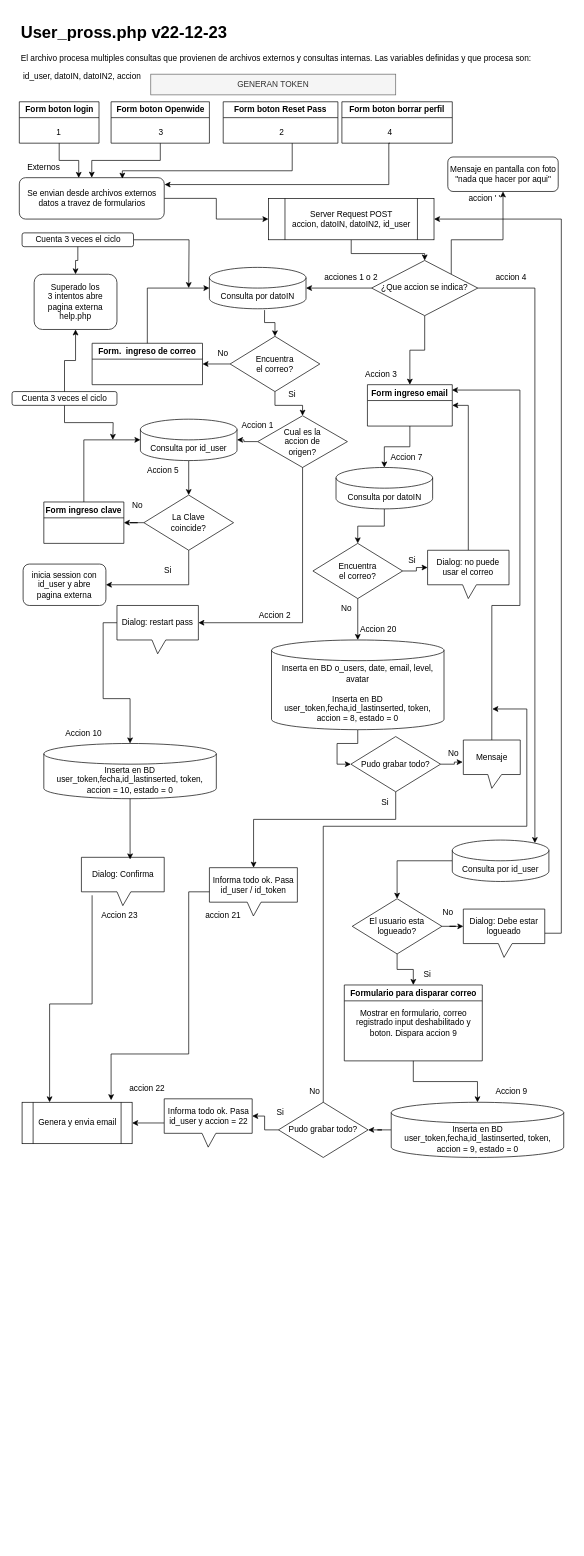
MaxiFranz/TrayectoP keeps this draw.io diagram as user_prossphp.drawio. Above is the earlier version. Source tidied: cells renumbered, new cells numbered last; positions are measured from the earlier drawing's top-left corner, leaving out a move shared by most shapes. Both pictures are drawn from the tidied source at 69%, with x=0, y=0 at pixel (12, 19).
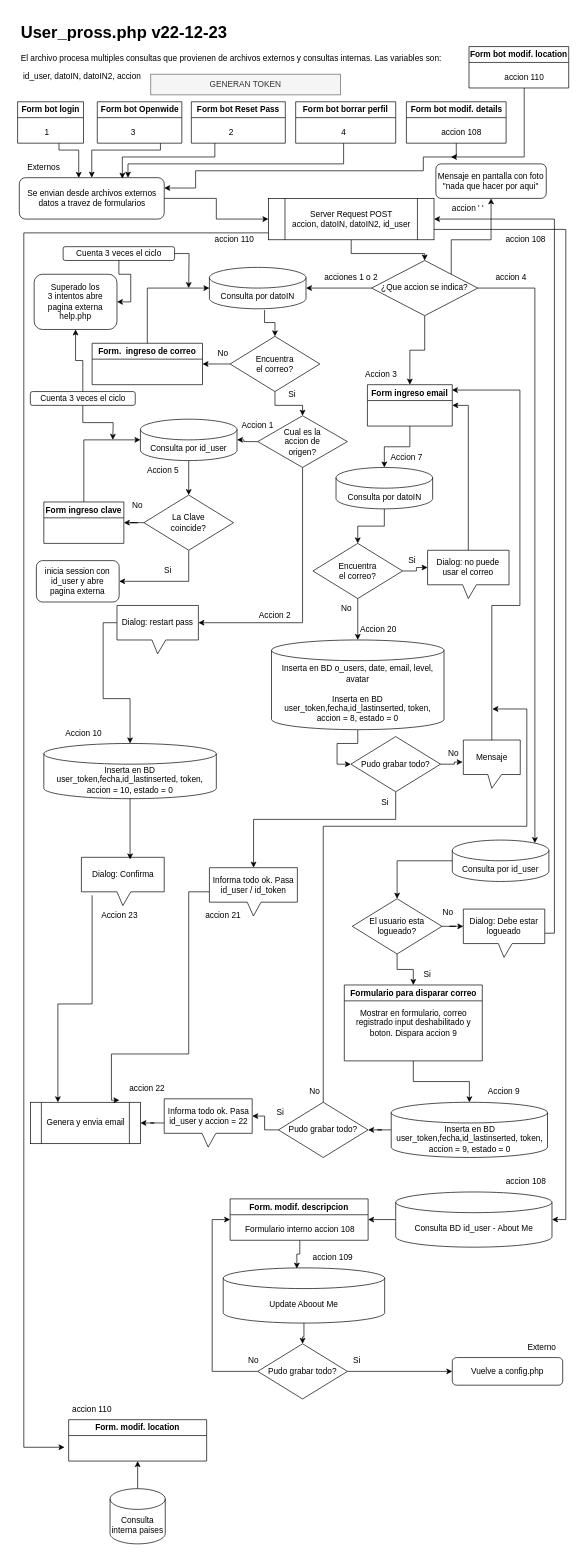
The same diagram, later.

Unchanged cells that the change refers to:
```xml
<mxCell id="4" value="Server Request POST&lt;br&gt;accion, datoIN, datoIN2, id_user" style="shape=process;whiteSpace=wrap;html=1;backgroundOutline=1;" parent="1" vertex="1">
  <mxGeometry x="371.5" y="260" width="240" height="60" as="geometry" />
</mxCell>
<mxCell id="6" value="Se envian desde archivos externos datos a travez de formularios" style="rounded=1;whiteSpace=wrap;html=1;" parent="1" vertex="1">
  <mxGeometry x="10.5" y="230" width="210" height="60" as="geometry" />
</mxCell>
<mxCell id="16" value="4" style="text;html=1;strokeColor=none;fillColor=none;align=center;verticalAlign=middle;whiteSpace=wrap;rounded=0;" parent="15" vertex="1">
  <mxGeometry x="39.5" y="30" width="60" height="30" as="geometry" />
</mxCell>
<mxCell id="49" value="Superado los&lt;br&gt;3 intentos abre pagina externa help.php" style="rounded=1;whiteSpace=wrap;html=1;" parent="1" vertex="1">
  <mxGeometry x="32" y="370" width="120" height="80" as="geometry" />
</mxCell>
<mxCell id="83" value="Dialog: Debe estar logueado" style="shape=callout;whiteSpace=wrap;html=1;perimeter=calloutPerimeter;size=20;position=0.43;" parent="1" vertex="1">
  <mxGeometry x="654" y="1290" width="118" height="70" as="geometry" />
</mxCell>
```

What changed in the source:
```diff
@@
-    <mxCell id="2" value="&lt;h1&gt;User_pross.php v22-12-23&lt;/h1&gt;&lt;p&gt;El archivo procesa multiples consultas que provienen de archivos externos y consultas internas. Las variables definidas y que procesa son:&amp;nbsp;&lt;/p&gt;&lt;p&gt;&lt;span style=&quot;background-color: initial;&quot;&gt;&amp;nbsp;id_user,&amp;nbsp;&lt;/span&gt;&lt;span style=&quot;background-color: initial;&quot;&gt;datoIN,&amp;nbsp;&lt;/span&gt;&lt;span style=&quot;background-color: initial;&quot;&gt;datoIN2,&amp;nbsp;&lt;/span&gt;&lt;span style=&quot;background-color: initial;&quot;&gt;accion&lt;/span&gt;&lt;/p&gt;" style="text;html=1;strokeColor=none;fillColor=none;spacing=5;spacingTop=-20;whiteSpace=wrap;overflow=hidden;rounded=0;" parent="1" vertex="1">
-      <mxGeometry x="8" width="770" height="100" as="geometry" />
+    <mxCell id="2" value="&lt;h1&gt;User_pross.php v22-12-23&lt;/h1&gt;&lt;p&gt;El archivo procesa multiples consultas que provienen de archivos externos y consultas internas. Las variables son:&amp;nbsp;&lt;/p&gt;&lt;p&gt;&lt;span style=&quot;background-color: initial;&quot;&gt;&amp;nbsp;id_user,&amp;nbsp;&lt;/span&gt;&lt;span style=&quot;background-color: initial;&quot;&gt;datoIN,&amp;nbsp;&lt;/span&gt;&lt;span style=&quot;background-color: initial;&quot;&gt;datoIN2,&amp;nbsp;&lt;/span&gt;&lt;span style=&quot;background-color: initial;&quot;&gt;accion&lt;/span&gt;&lt;/p&gt;" style="text;html=1;strokeColor=none;fillColor=none;spacing=5;spacingTop=-20;whiteSpace=wrap;overflow=hidden;rounded=0;" parent="1" vertex="1">
+      <mxGeometry x="8" width="628" height="100" as="geometry" />
     </mxCell>
@@
+    <mxCell id="120" style="edgeStyle=orthogonalEdgeStyle;rounded=0;jettySize=auto;html=1;exitX=1;exitY=0.75;exitDx=0;exitDy=0;entryX=1;entryY=0.5;entryDx=0;entryDy=0;entryPerimeter=0;" parent="1" edge="1" source="4" target="129">
+      <mxGeometry relative="1" as="geometry" />
+    </mxCell>
+    <mxCell id="121" style="edgeStyle=orthogonalEdgeStyle;rounded=0;jettySize=auto;html=1;" parent="1" edge="1" source="4">
+      <mxGeometry relative="1" as="geometry">
+        <mxPoint x="76" y="2070" as="targetPoint" />
+        <Array as="points">
+          <mxPoint x="17" y="310" />
+        </Array>
+      </mxGeometry>
+    </mxCell>
@@
-    <mxCell id="8" value="Form boton login" style="swimlane;whiteSpace=wrap;html=1;" parent="1" vertex="1">
-      <mxGeometry x="10.5" y="120" width="115.5" height="60" as="geometry" />
+    <mxCell id="8" value="Form bot login" style="swimlane;whiteSpace=wrap;html=1;" parent="1" vertex="1">
+      <mxGeometry x="8" y="120" width="95.5" height="60" as="geometry" />
     </mxCell>
     <mxCell id="9" value="1" style="text;html=1;strokeColor=none;fillColor=none;align=center;verticalAlign=middle;whiteSpace=wrap;rounded=0;" parent="8" vertex="1">
-      <mxGeometry x="27.8" y="30" width="60" height="30" as="geometry" />
+      <mxGeometry x="12.5" y="30" width="60" height="30" as="geometry" />
     </mxCell>
     <mxCell id="10" style="edgeStyle=orthogonalEdgeStyle;rounded=0;jettySize=auto;html=1;entryX=0.5;entryY=0;entryDx=0;entryDy=0;" parent="1" edge="1" source="11" target="6">
-      <mxGeometry relative="1" as="geometry" />
+      <mxGeometry relative="1" as="geometry">
+        <Array as="points">
+          <mxPoint x="215" y="190" />
+          <mxPoint x="116" y="190" />
+        </Array>
+      </mxGeometry>
     </mxCell>
-    <mxCell id="11" value="Form boton Openwide" style="swimlane;whiteSpace=wrap;html=1;" parent="1" vertex="1">
-      <mxGeometry x="143.5" y="120" width="142.5" height="60" as="geometry" />
+    <mxCell id="11" value="Form bot Openwide" style="swimlane;whiteSpace=wrap;html=1;startSize=23;" parent="1" vertex="1">
+      <mxGeometry x="123.5" y="120" width="122.5" height="60" as="geometry" />
     </mxCell>
     <mxCell id="12" value="3" style="text;html=1;strokeColor=none;fillColor=none;align=center;verticalAlign=middle;whiteSpace=wrap;rounded=0;" parent="11" vertex="1">
-      <mxGeometry x="42.5" y="30" width="60" height="30" as="geometry" />
+      <mxGeometry x="22.5" y="30" width="60" height="30" as="geometry" />
     </mxCell>
-    <mxCell id="13" value="Form boton Reset Pass" style="swimlane;whiteSpace=wrap;html=1;" parent="1" vertex="1">
-      <mxGeometry x="306" y="120" width="166.2" height="60" as="geometry" />
+    <mxCell id="13" value="Form bot Reset Pass" style="swimlane;whiteSpace=wrap;html=1;" parent="1" vertex="1">
+      <mxGeometry x="259.8" y="120" width="136.2" height="60" as="geometry" />
     </mxCell>
     <mxCell id="14" value="2" style="text;html=1;strokeColor=none;fillColor=none;align=center;verticalAlign=middle;whiteSpace=wrap;rounded=0;" parent="13" vertex="1">
-      <mxGeometry x="55" y="30" width="60" height="30" as="geometry" />
+      <mxGeometry x="28.2" y="30" width="60" height="30" as="geometry" />
     </mxCell>
-    <mxCell id="15" value="Form boton borrar perfil" style="swimlane;whiteSpace=wrap;html=1;" parent="1" vertex="1">
-      <mxGeometry x="478" y="120" width="160" height="60" as="geometry" />
+    <mxCell id="15" value="Form bot borrar perfil" style="swimlane;whiteSpace=wrap;html=1;" parent="1" vertex="1">
+      <mxGeometry x="411" y="120" width="145" height="60" as="geometry" />
     </mxCell>
@@
     <mxCell id="17" style="edgeStyle=orthogonalEdgeStyle;rounded=0;jettySize=auto;html=1;entryX=0.41;entryY=0.006;entryDx=0;entryDy=0;entryPerimeter=0;" parent="1" edge="1" source="8" target="6">
-      <mxGeometry relative="1" as="geometry" />
+      <mxGeometry relative="1" as="geometry">
+        <Array as="points">
+          <mxPoint x="68" y="190" />
+          <mxPoint x="97" y="190" />
+        </Array>
+      </mxGeometry>
     </mxCell>
-    <mxCell id="18" style="edgeStyle=orthogonalEdgeStyle;rounded=0;jettySize=auto;html=1;entryX=0.711;entryY=0.024;entryDx=0;entryDy=0;entryPerimeter=0;" parent="1" edge="1" target="6">
+    <mxCell id="18" style="edgeStyle=orthogonalEdgeStyle;rounded=0;jettySize=auto;html=1;entryX=0.711;entryY=0.024;entryDx=0;entryDy=0;entryPerimeter=0;exitX=0.25;exitY=1;exitDx=0;exitDy=0;" parent="1" edge="1" source="13" target="6">
       <mxGeometry relative="1" as="geometry">
-        <mxPoint x="406" y="180" as="sourcePoint" />
         <Array as="points">
-          <mxPoint x="406" y="220" />
-          <mxPoint x="160" y="220" />
+          <mxPoint x="294" y="200" />
+          <mxPoint x="160" y="200" />
         </Array>
       </mxGeometry>
     </mxCell>
-    <mxCell id="19" style="edgeStyle=orthogonalEdgeStyle;rounded=0;jettySize=auto;html=1;exitX=0.5;exitY=1;exitDx=0;exitDy=0;" parent="1" edge="1" source="16">
+    <mxCell id="19" style="edgeStyle=orthogonalEdgeStyle;rounded=0;jettySize=auto;html=1;exitX=0.5;exitY=1;exitDx=0;exitDy=0;entryX=0.75;entryY=0;entryDx=0;entryDy=0;" parent="1" edge="1" source="16" target="6">
       <mxGeometry relative="1" as="geometry">
-        <mxPoint x="221" y="240" as="targetPoint" />
         <Array as="points">
-          <mxPoint x="546" y="180" />
-          <mxPoint x="546" y="240" />
-          <mxPoint x="221" y="240" />
+          <mxPoint x="481" y="210" />
+          <mxPoint x="168" y="210" />
         </Array>
       </mxGeometry>
     </mxCell>
@@
     <mxCell id="46" value="Cuenta 3 veces el ciclo" style="rounded=1;whiteSpace=wrap;html=1;" parent="1" vertex="1">
-      <mxGeometry x="14.5" y="310" width="161.5" height="20" as="geometry" />
+      <mxGeometry x="74" y="330" width="161.5" height="20" as="geometry" />
     </mxCell>
@@
     <mxCell id="48" value="Cuenta 3 veces el ciclo" style="rounded=1;whiteSpace=wrap;html=1;" parent="1" vertex="1">
-      <mxGeometry y="540" width="152" height="20" as="geometry" />
+      <mxGeometry x="26.5" y="540" width="152" height="20" as="geometry" />
     </mxCell>
@@
-    <mxCell id="50" style="edgeStyle=orthogonalEdgeStyle;rounded=0;jettySize=auto;html=1;entryX=0.5;entryY=0;entryDx=0;entryDy=0;" parent="1" edge="1" source="46" target="49">
+    <mxCell id="50" style="edgeStyle=orthogonalEdgeStyle;rounded=0;jettySize=auto;html=1;entryX=1;entryY=0.5;entryDx=0;entryDy=0;" parent="1" edge="1" source="46" target="49">
       <mxGeometry relative="1" as="geometry" />
     </mxCell>
@@
     <mxCell id="53" value="inicia session con id_user y abre &lt;br&gt;pagina externa" style="rounded=1;whiteSpace=wrap;html=1;" parent="1" vertex="1">
-      <mxGeometry x="16" y="790" width="120" height="60" as="geometry" />
+      <mxGeometry x="35.2" y="785" width="120" height="60" as="geometry" />
     </mxCell>
@@
     <mxCell id="73" value="Genera y envia email" style="shape=process;whiteSpace=wrap;html=1;backgroundOutline=1;" parent="1" vertex="1">
-      <mxGeometry x="14.5" y="1570" width="159.5" height="60" as="geometry" />
+      <mxGeometry x="26.5" y="1570" width="159.5" height="60" as="geometry" />
     </mxCell>
@@
     <mxCell id="82" style="edgeStyle=orthogonalEdgeStyle;rounded=0;jettySize=auto;html=1;entryX=1;entryY=0.5;entryDx=0;entryDy=0;" parent="1" edge="1" source="83" target="4">
       <mxGeometry relative="1" as="geometry">
         <Array as="points">
-          <mxPoint x="796" y="1325" />
-          <mxPoint x="796" y="290" />
+          <mxPoint x="786" y="1325" />
+          <mxPoint x="786" y="290" />
         </Array>
       </mxGeometry>
     </mxCell>
@@
     <mxCell id="94" value="Inserta en BD user_token,fecha,id_lastinserted, token, accion = 9, estado = 0" style="shape=cylinder3;whiteSpace=wrap;html=1;boundedLbl=1;backgroundOutline=1;size=15;" parent="1" vertex="1">
-      <mxGeometry x="549.5" y="1570" width="250" height="80" as="geometry" />
+      <mxGeometry x="549.5" y="1570" width="226.5" height="80" as="geometry" />
     </mxCell>
@@
     <mxCell id="97" value="Mensaje en pantalla con foto&lt;br&gt;&quot;nada que hacer por aqui&quot;" style="rounded=1;whiteSpace=wrap;html=1;" parent="1" vertex="1">
-      <mxGeometry x="631.5" y="200" width="160" height="50" as="geometry" />
+      <mxGeometry x="614.2" y="210" width="160" height="50" as="geometry" />
     </mxCell>
     <mxCell id="98" value="accion ' '&amp;nbsp;" style="text;html=1;strokeColor=none;fillColor=none;align=center;verticalAlign=middle;whiteSpace=wrap;rounded=0;" parent="1" vertex="1">
-      <mxGeometry x="638" y="245" width="97" height="30" as="geometry" />
+      <mxGeometry x="614.2" y="260" width="97" height="30" as="geometry" />
     </mxCell>
@@
     <mxCell id="100" value="Accion 9" style="text;html=1;strokeColor=none;fillColor=none;align=center;verticalAlign=middle;whiteSpace=wrap;rounded=0;" parent="1" vertex="1">
-      <mxGeometry x="693.5" y="1540" width="60" height="30" as="geometry" />
+      <mxGeometry x="683" y="1540" width="60" height="30" as="geometry" />
     </mxCell>
@@
     <mxCell id="104" value="GENERAN TOKEN" style="text;html=1;strokeColor=#666666;fillColor=#f5f5f5;align=center;verticalAlign=middle;whiteSpace=wrap;rounded=0;fontColor=#333333;" parent="1" vertex="1">
-      <mxGeometry x="201" y="80" width="355" height="30" as="geometry" />
+      <mxGeometry x="201" y="80" width="275" height="30" as="geometry" />
     </mxCell>
@@
+    <mxCell id="122" style="edgeStyle=orthogonalEdgeStyle;rounded=0;jettySize=auto;html=1;entryX=1;entryY=0.25;entryDx=0;entryDy=0;exitX=0.5;exitY=1;exitDx=0;exitDy=0;" parent="1" edge="1" source="123" target="6">
+      <mxGeometry relative="1" as="geometry">
+        <Array as="points">
+          <mxPoint x="644" y="200" />
+          <mxPoint x="596" y="200" />
+          <mxPoint x="596" y="220" />
+          <mxPoint x="266" y="220" />
+          <mxPoint x="266" y="245" />
+        </Array>
+      </mxGeometry>
+    </mxCell>
+    <mxCell id="123" value="Form bot modif. details" style="swimlane;whiteSpace=wrap;html=1;" parent="1" vertex="1">
+      <mxGeometry x="571.5" y="120" width="144.5" height="60" as="geometry" />
+    </mxCell>
+    <mxCell id="124" value="accion 108" style="text;html=1;strokeColor=none;fillColor=none;align=center;verticalAlign=middle;whiteSpace=wrap;rounded=0;" parent="123" vertex="1">
+      <mxGeometry x="31.5" y="30" width="97" height="30" as="geometry" />
+    </mxCell>
+    <mxCell id="125" value="accion 108" style="text;html=1;strokeColor=none;fillColor=none;align=center;verticalAlign=middle;whiteSpace=wrap;rounded=0;" parent="1" vertex="1">
+      <mxGeometry x="696" y="305" width="97" height="30" as="geometry" />
+    </mxCell>
+    <mxCell id="126" value="Form. modif. descripcion" style="swimlane;whiteSpace=wrap;html=1;startSize=23;" parent="1" vertex="1">
+      <mxGeometry x="316" y="1710" width="200" height="60" as="geometry" />
+    </mxCell>
+    <mxCell id="127" value="Formulario interno accion 108" style="text;html=1;align=center;verticalAlign=middle;points=[];strokeColor=none;fillColor=none;" parent="126" vertex="1">
+      <mxGeometry x="11" y="30" width="180" height="30" as="geometry" />
+    </mxCell>
+    <mxCell id="128" style="edgeStyle=orthogonalEdgeStyle;rounded=0;jettySize=auto;html=1;entryX=1;entryY=0.5;entryDx=0;entryDy=0;" parent="1" edge="1" source="129" target="126">
+      <mxGeometry relative="1" as="geometry" />
+    </mxCell>
+    <mxCell id="129" value="Consulta BD id_user - About Me" style="shape=cylinder3;whiteSpace=wrap;html=1;boundedLbl=1;backgroundOutline=1;size=15;" parent="1" vertex="1">
+      <mxGeometry x="556" y="1700" width="226.5" height="80" as="geometry" />
+    </mxCell>
+    <mxCell id="130" value="accion 108" style="text;html=1;strokeColor=none;fillColor=none;align=center;verticalAlign=middle;whiteSpace=wrap;rounded=0;" parent="1" vertex="1">
+      <mxGeometry x="704.5" y="1670" width="80" height="30" as="geometry" />
+    </mxCell>
+    <mxCell id="131" style="edgeStyle=orthogonalEdgeStyle;rounded=0;jettySize=auto;html=1;entryX=0;entryY=0.5;entryDx=0;entryDy=0;" parent="1" edge="1" source="133" target="138">
+      <mxGeometry relative="1" as="geometry" />
+    </mxCell>
+    <mxCell id="132" style="edgeStyle=orthogonalEdgeStyle;rounded=0;jettySize=auto;html=1;entryX=0;entryY=0.5;entryDx=0;entryDy=0;exitX=0;exitY=0.5;exitDx=0;exitDy=0;" parent="1" edge="1" source="133" target="126">
+      <mxGeometry relative="1" as="geometry">
+        <Array as="points">
+          <mxPoint x="290" y="1960" />
+          <mxPoint x="290" y="1740" />
+        </Array>
+      </mxGeometry>
+    </mxCell>
+    <mxCell id="133" value="Pudo grabar todo?" style="rhombus;whiteSpace=wrap;html=1;" parent="1" vertex="1">
+      <mxGeometry x="356" y="1920" width="130" height="80" as="geometry" />
+    </mxCell>
+    <mxCell id="134" style="edgeStyle=orthogonalEdgeStyle;rounded=0;jettySize=auto;html=1;entryX=0.5;entryY=0;entryDx=0;entryDy=0;" parent="1" edge="1" source="135" target="133">
+      <mxGeometry relative="1" as="geometry" />
+    </mxCell>
+    <mxCell id="135" value="Update Aboout Me" style="shape=cylinder3;whiteSpace=wrap;html=1;boundedLbl=1;backgroundOutline=1;size=15;" parent="1" vertex="1">
+      <mxGeometry x="306" y="1810" width="234" height="80" as="geometry" />
+    </mxCell>
+    <mxCell id="136" style="edgeStyle=orthogonalEdgeStyle;rounded=0;jettySize=auto;html=1;entryX=0.456;entryY=0.013;entryDx=0;entryDy=0;entryPerimeter=0;" parent="1" edge="1" source="127" target="135">
+      <mxGeometry relative="1" as="geometry" />
+    </mxCell>
+    <mxCell id="137" value="accion 109" style="text;html=1;strokeColor=none;fillColor=none;align=center;verticalAlign=middle;whiteSpace=wrap;rounded=0;" parent="1" vertex="1">
+      <mxGeometry x="425" y="1780" width="80" height="30" as="geometry" />
+    </mxCell>
+    <mxCell id="138" value="Vuelve a config.php" style="rounded=1;whiteSpace=wrap;html=1;" parent="1" vertex="1">
+      <mxGeometry x="638" y="1940" width="160" height="40" as="geometry" />
+    </mxCell>
+    <mxCell id="139" value="Externo" style="text;html=1;strokeColor=none;fillColor=none;align=center;verticalAlign=middle;whiteSpace=wrap;rounded=0;" parent="1" vertex="1">
+      <mxGeometry x="738" y="1910" width="60" height="30" as="geometry" />
+    </mxCell>
+    <mxCell id="140" value="Si" style="text;html=1;strokeColor=none;fillColor=none;align=center;verticalAlign=middle;whiteSpace=wrap;rounded=0;" parent="1" vertex="1">
+      <mxGeometry x="469.5" y="1930" width="60" height="30" as="geometry" />
+    </mxCell>
+    <mxCell id="141" value="No" style="text;html=1;strokeColor=none;fillColor=none;align=center;verticalAlign=middle;whiteSpace=wrap;rounded=0;" parent="1" vertex="1">
+      <mxGeometry x="319.8" y="1930" width="60" height="30" as="geometry" />
+    </mxCell>
+    <mxCell id="142" value="Form bot modif. location" style="swimlane;whiteSpace=wrap;html=1;" parent="1" vertex="1">
+      <mxGeometry x="662.2" y="40" width="144.5" height="60" as="geometry" />
+    </mxCell>
+    <mxCell id="143" style="edgeStyle=orthogonalEdgeStyle;rounded=0;jettySize=auto;html=1;exitX=0.5;exitY=1;exitDx=0;exitDy=0;" parent="142" edge="1" source="144">
+      <mxGeometry relative="1" as="geometry">
+        <mxPoint x="-26.2" y="160" as="targetPoint" />
+        <Array as="points">
+          <mxPoint x="80" y="160" />
+        </Array>
+      </mxGeometry>
+    </mxCell>
+    <mxCell id="144" value="accion 110" style="text;html=1;strokeColor=none;fillColor=none;align=center;verticalAlign=middle;whiteSpace=wrap;rounded=0;" parent="142" vertex="1">
+      <mxGeometry x="31.5" y="30" width="97" height="30" as="geometry" />
+    </mxCell>
+    <mxCell id="145" value="accion 110" style="text;html=1;strokeColor=none;fillColor=none;align=center;verticalAlign=middle;whiteSpace=wrap;rounded=0;" parent="1" vertex="1">
+      <mxGeometry x="273.5" y="305" width="97" height="30" as="geometry" />
+    </mxCell>
+    <mxCell id="146" value="Form. modif. location" style="swimlane;whiteSpace=wrap;html=1;startSize=23;" parent="1" vertex="1">
+      <mxGeometry x="82" y="2030" width="200" height="60" as="geometry" />
+    </mxCell>
+    <mxCell id="147" value="accion 110" style="text;html=1;strokeColor=none;fillColor=none;align=center;verticalAlign=middle;whiteSpace=wrap;rounded=0;" parent="1" vertex="1">
+      <mxGeometry x="75.5" y="2000" width="80" height="30" as="geometry" />
+    </mxCell>
+    <mxCell id="148" style="edgeStyle=orthogonalEdgeStyle;rounded=0;jettySize=auto;html=1;entryX=0.5;entryY=1;entryDx=0;entryDy=0;" parent="1" edge="1" source="149" target="146">
+      <mxGeometry relative="1" as="geometry" />
+    </mxCell>
+    <mxCell id="149" value="Consulta interna paises" style="shape=cylinder3;whiteSpace=wrap;html=1;boundedLbl=1;backgroundOutline=1;size=15;" parent="1" vertex="1">
+      <mxGeometry x="142" y="2130" width="80" height="80" as="geometry" />
+    </mxCell>
```
